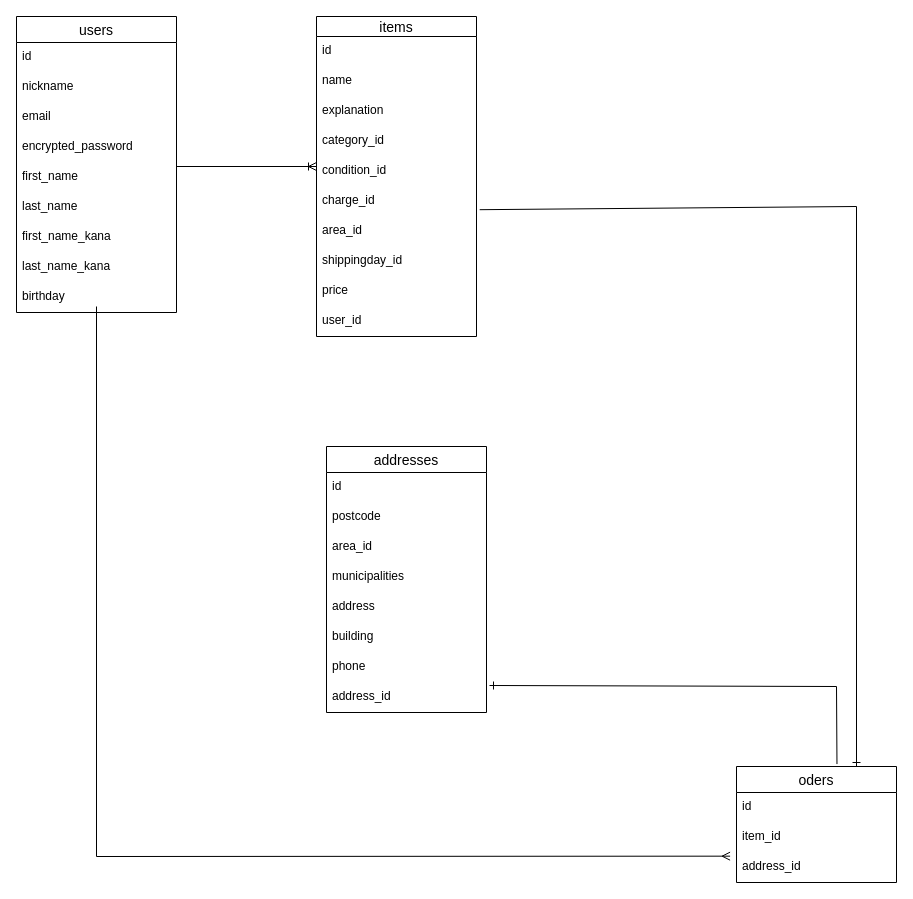
This is er.dio from aaaaasaaaaatech/furima-39332, a draw.io file, before an edit. Source tidied: cells renumbered, new cells numbered last; positions are measured from the earlier drawing's top-left corner, leaving out a move shared by most shapes. Both pictures are drawn from the tidied source at 100%, with x=0, y=0 at pixel (16, 16).
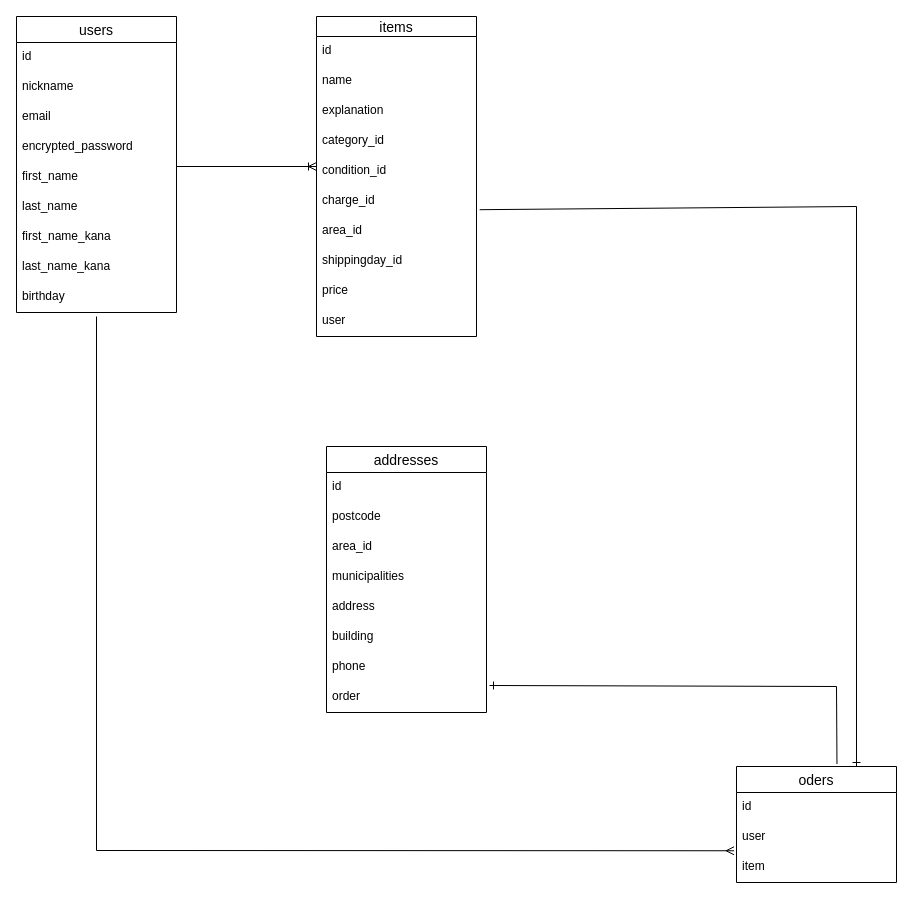
Above is the later version.

Commit message (it also covers changes not shown here):
データベース設計修正4

The change refers to these unchanged cells:
```xml
<mxCell id="2" style="group;" parent="1" vertex="1">
  <mxGeometry width="880" height="986" as="geometry" />
</mxCell>
<mxCell id="13" value="items" style="swimlane;fontStyle=0;horizontal=1;startSize=20;align=center;fontSize=14;" parent="2" vertex="1">
  <mxGeometry x="300" width="160" height="320" as="geometry" />
</mxCell>
<mxCell id="24" value="oders" style="swimlane;fontStyle=0;horizontal=1;startSize=26;align=center;fontSize=14;" parent="2" vertex="1">
  <mxGeometry x="720" y="750" width="160" height="116" as="geometry" />
</mxCell>
<mxCell id="28" value="addresses" style="swimlane;fontStyle=0;horizontal=1;startSize=26;align=center;fontSize=14;" parent="2" vertex="1">
  <mxGeometry x="310" y="430" width="160" height="266" as="geometry" />
</mxCell>
```

What changed in the source:
```diff
@@
-    <mxCell id="23" value="user_id" style="text;strokeColor=none;fillColor=none;spacingLeft=4;spacingRight=4;overflow=hidden;fontSize=12;" parent="13" vertex="1">
+    <mxCell id="23" value="user" style="text;strokeColor=none;fillColor=none;spacingLeft=4;spacingRight=4;overflow=hidden;fontSize=12;" parent="13" vertex="1">
       <mxGeometry y="290" width="160" height="30" as="geometry" />
     </mxCell>
@@
+    <mxCell id="27" value="user" style="text;strokeColor=none;fillColor=none;spacingLeft=4;spacingRight=4;overflow=hidden;points=[[0,0.5],[1,0.5]];portConstraint=eastwest;fontSize=12;" parent="24" vertex="1">
+      <mxGeometry y="56" width="160" height="30" as="geometry" />
+    </mxCell>
-    <mxCell id="26" value="item_id" style="text;strokeColor=none;fillColor=none;spacingLeft=4;spacingRight=4;overflow=hidden;fontSize=12;" parent="24" vertex="1">
-      <mxGeometry y="56" width="160" height="30" as="geometry" />
+    <mxCell id="26" value="item" style="text;strokeColor=none;fillColor=none;spacingLeft=4;spacingRight=4;overflow=hidden;fontSize=12;" parent="24" vertex="1">
+      <mxGeometry y="86" width="160" height="30" as="geometry" />
     </mxCell>
-    <mxCell id="27" value="address_id" style="text;strokeColor=none;fillColor=none;spacingLeft=4;spacingRight=4;overflow=hidden;points=[[0,0.5],[1,0.5]];portConstraint=eastwest;fontSize=12;" parent="24" vertex="1">
-      <mxGeometry y="86" width="160" height="30" as="geometry" />
-    </mxCell>
@@
-    <mxCell id="36" value="address_id" style="text;strokeColor=none;fillColor=none;spacingLeft=4;spacingRight=4;overflow=hidden;fontSize=12;" parent="28" vertex="1">
+    <mxCell id="36" value="order" style="text;strokeColor=none;fillColor=none;spacingLeft=4;spacingRight=4;overflow=hidden;fontSize=12;" parent="28" vertex="1">
       <mxGeometry y="236" width="160" height="30" as="geometry" />
     </mxCell>
-    <mxCell id="37" style="endArrow=ERmany;html=1;rounded=0;endFill=0;entryX=-0.04;entryY=0.122;entryDx=0;entryDy=0;entryPerimeter=0;" parent="2" edge="1" target="27">
+    <mxCell id="37" style="endArrow=ERmany;html=1;rounded=0;endFill=0;entryX=-0.015;entryY=0.942;entryDx=0;entryDy=0;entryPerimeter=0;" parent="2" edge="1" target="27">
       <mxGeometry relative="1" as="geometry">
-        <mxPoint x="80" y="290" as="sourcePoint" />
+        <mxPoint x="80" y="300" as="sourcePoint" />
         <Array as="points">
-          <mxPoint x="80" y="840" />
+          <mxPoint x="80" y="834" />
         </Array>
       </mxGeometry>
     </mxCell>
```
